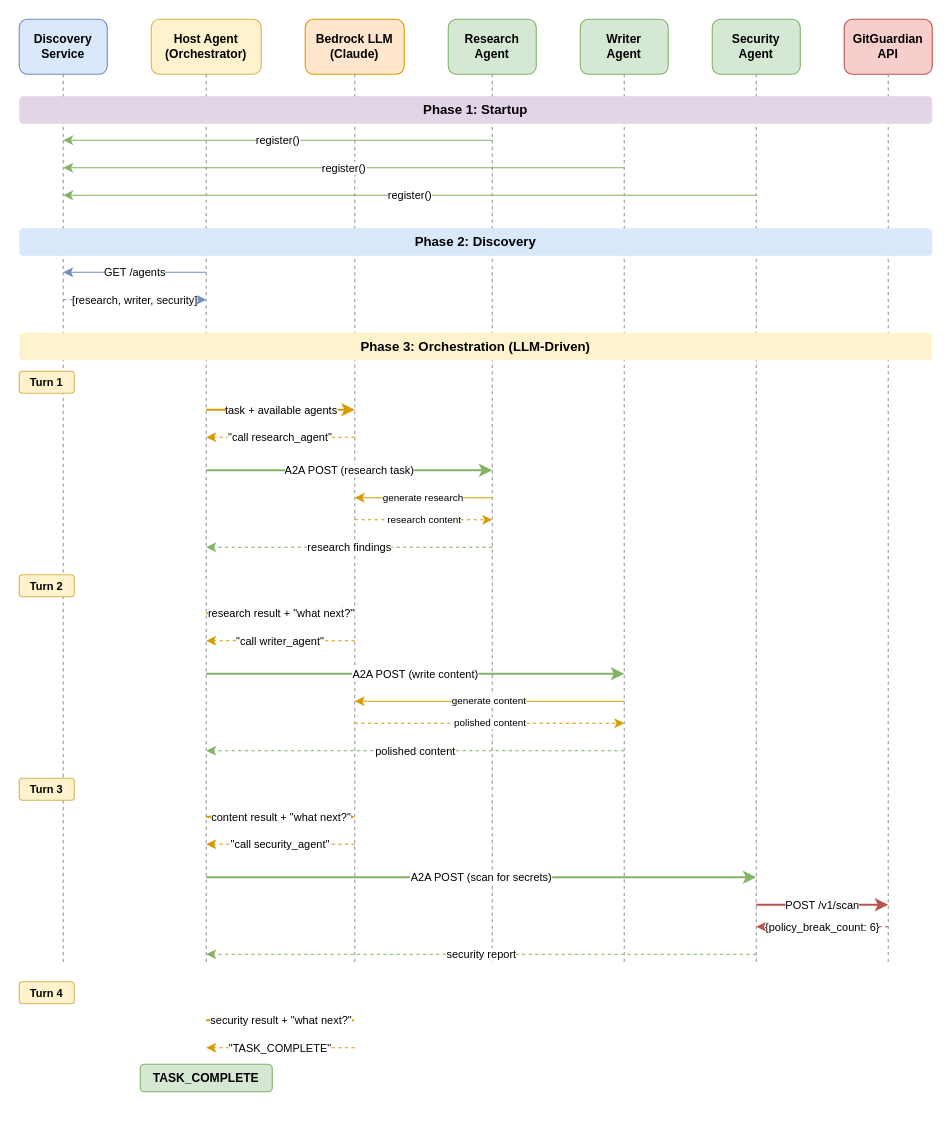
The draw.io diagram diagrams/sequence_diagram.drawio in reaandrew/a2a-demo, before the edit. Source tidied: cells renumbered, new cells numbered last; positions are measured from the earlier drawing's top-left corner, leaving out a move shared by most shapes. Both pictures are drawn from the tidied source at 110%, with x=0, y=0 at pixel (19, 19).
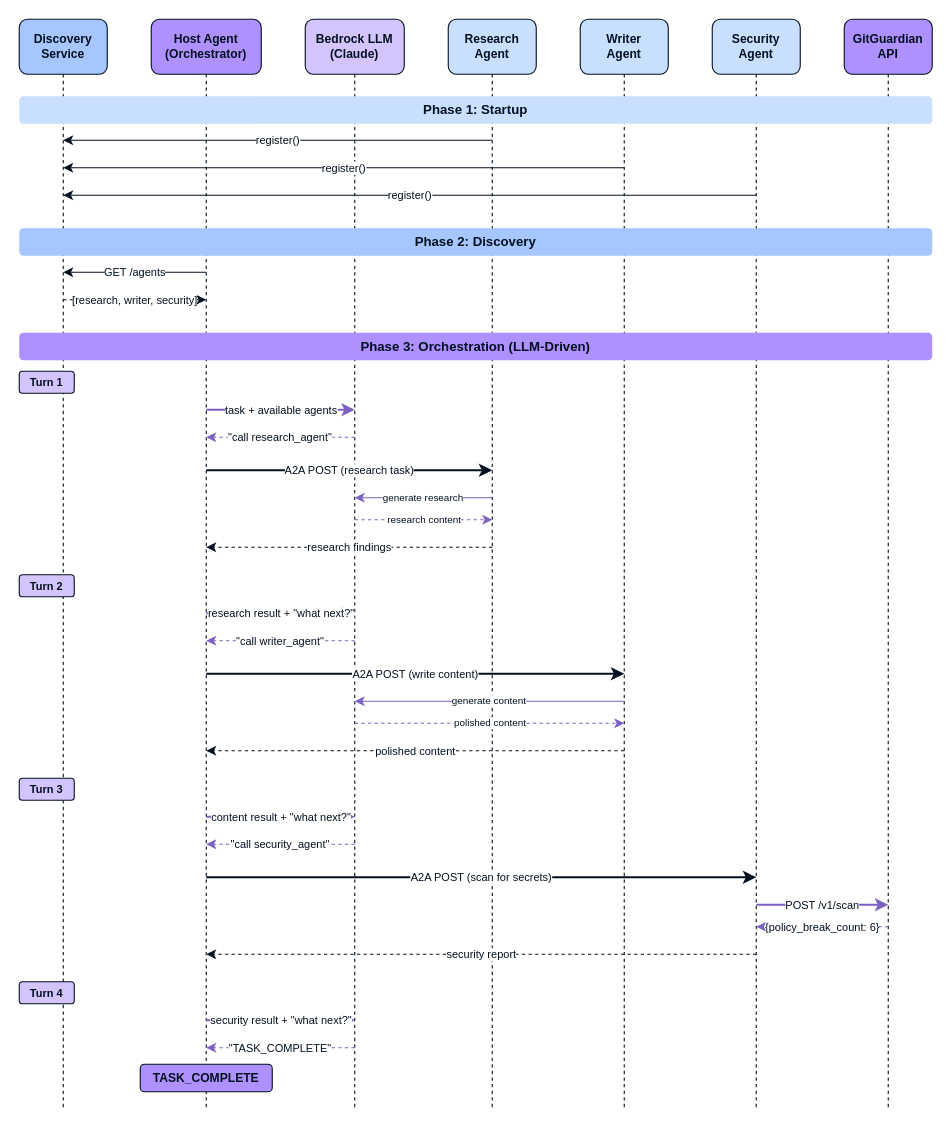
The same page after the edit.

Commit message (it also covers changes not shown here):
Update blog post with GitGuardian rationale and refresh diagrams

Diff of the diagram source:
```diff
@@
-    <mxCell id="2" value="Discovery&#10;Service" style="rounded=1;whiteSpace=wrap;html=1;fillColor=#dae8fc;strokeColor=#6c8ebf;fontStyle=1;fontSize=11;" parent="1" vertex="1">
+    <mxCell id="2" value="Discovery&#10;Service" style="rounded=1;whiteSpace=wrap;html=1;fillColor=#A6C6FF;strokeColor=#03101F;fontStyle=1;fontSize=11;fontColor=#03101F;" parent="1" vertex="1">
       <mxGeometry width="80" height="50" as="geometry" />
     </mxCell>
-    <mxCell id="3" value="Host Agent&#10;(Orchestrator)" style="rounded=1;whiteSpace=wrap;html=1;fillColor=#fff2cc;strokeColor=#d6b656;fontStyle=1;fontSize=11;" parent="1" vertex="1">
+    <mxCell id="3" value="Host Agent&#10;(Orchestrator)" style="rounded=1;whiteSpace=wrap;html=1;fillColor=#AE91FE;strokeColor=#03101F;fontStyle=1;fontSize=11;fontColor=#03101F;" parent="1" vertex="1">
       <mxGeometry x="120" width="100" height="50" as="geometry" />
     </mxCell>
-    <mxCell id="4" value="Bedrock LLM&#10;(Claude)" style="rounded=1;whiteSpace=wrap;html=1;fillColor=#ffe6cc;strokeColor=#d79b00;fontStyle=1;fontSize=11;" parent="1" vertex="1">
+    <mxCell id="4" value="Bedrock LLM&#10;(Claude)" style="rounded=1;whiteSpace=wrap;html=1;fillColor=#D4C4FE;strokeColor=#03101F;fontStyle=1;fontSize=11;fontColor=#03101F;" parent="1" vertex="1">
       <mxGeometry x="260" width="90" height="50" as="geometry" />
     </mxCell>
-    <mxCell id="5" value="Research&#10;Agent" style="rounded=1;whiteSpace=wrap;html=1;fillColor=#d5e8d4;strokeColor=#82b366;fontStyle=1;fontSize=11;" parent="1" vertex="1">
+    <mxCell id="5" value="Research&#10;Agent" style="rounded=1;whiteSpace=wrap;html=1;fillColor=#C8DFFF;strokeColor=#03101F;fontStyle=1;fontSize=11;fontColor=#03101F;" parent="1" vertex="1">
       <mxGeometry x="390" width="80" height="50" as="geometry" />
     </mxCell>
-    <mxCell id="6" value="Writer&#10;Agent" style="rounded=1;whiteSpace=wrap;html=1;fillColor=#d5e8d4;strokeColor=#82b366;fontStyle=1;fontSize=11;" parent="1" vertex="1">
+    <mxCell id="6" value="Writer&#10;Agent" style="rounded=1;whiteSpace=wrap;html=1;fillColor=#C8DFFF;strokeColor=#03101F;fontStyle=1;fontSize=11;fontColor=#03101F;" parent="1" vertex="1">
       <mxGeometry x="510" width="80" height="50" as="geometry" />
     </mxCell>
-    <mxCell id="7" value="Security&#10;Agent" style="rounded=1;whiteSpace=wrap;html=1;fillColor=#d5e8d4;strokeColor=#82b366;fontStyle=1;fontSize=11;" parent="1" vertex="1">
+    <mxCell id="7" value="Security&#10;Agent" style="rounded=1;whiteSpace=wrap;html=1;fillColor=#C8DFFF;strokeColor=#03101F;fontStyle=1;fontSize=11;fontColor=#03101F;" parent="1" vertex="1">
       <mxGeometry x="630" width="80" height="50" as="geometry" />
     </mxCell>
-    <mxCell id="8" value="GitGuardian&#10;API" style="rounded=1;whiteSpace=wrap;html=1;fillColor=#f8cecc;strokeColor=#b85450;fontStyle=1;fontSize=11;" parent="1" vertex="1">
+    <mxCell id="8" value="GitGuardian&#10;API" style="rounded=1;whiteSpace=wrap;html=1;fillColor=#AE91FE;strokeColor=#03101F;fontStyle=1;fontSize=11;fontColor=#03101F;" parent="1" vertex="1">
       <mxGeometry x="750" width="80" height="50" as="geometry" />
     </mxCell>
-    <mxCell id="9" style="endArrow=none;dashed=1;html=1;strokeColor=#999999;" parent="1" edge="1">
+    <mxCell id="9" style="endArrow=none;dashed=1;html=1;strokeColor=#03101F;" parent="1" edge="1">
       <mxGeometry relative="1" as="geometry">
         <mxPoint x="40" y="50" as="sourcePoint" />
-        <mxPoint x="40" y="860" as="targetPoint" />
+        <mxPoint x="40" y="990" as="targetPoint" />
       </mxGeometry>
     </mxCell>
-    <mxCell id="10" style="endArrow=none;dashed=1;html=1;strokeColor=#999999;" parent="1" edge="1">
+    <mxCell id="10" style="endArrow=none;dashed=1;html=1;strokeColor=#03101F;" parent="1" edge="1">
       <mxGeometry relative="1" as="geometry">
         <mxPoint x="170" y="50" as="sourcePoint" />
-        <mxPoint x="170" y="860" as="targetPoint" />
+        <mxPoint x="170" y="990" as="targetPoint" />
       </mxGeometry>
     </mxCell>
-    <mxCell id="11" style="endArrow=none;dashed=1;html=1;strokeColor=#999999;" parent="1" edge="1">
+    <mxCell id="11" style="endArrow=none;dashed=1;html=1;strokeColor=#03101F;" parent="1" edge="1">
       <mxGeometry relative="1" as="geometry">
         <mxPoint x="305" y="50" as="sourcePoint" />
-        <mxPoint x="305" y="860" as="targetPoint" />
+        <mxPoint x="305" y="990" as="targetPoint" />
       </mxGeometry>
     </mxCell>
-    <mxCell id="12" style="endArrow=none;dashed=1;html=1;strokeColor=#999999;" parent="1" edge="1">
+    <mxCell id="12" style="endArrow=none;dashed=1;html=1;strokeColor=#03101F;" parent="1" edge="1">
       <mxGeometry relative="1" as="geometry">
         <mxPoint x="430" y="50" as="sourcePoint" />
-        <mxPoint x="430" y="860" as="targetPoint" />
+        <mxPoint x="430" y="990" as="targetPoint" />
       </mxGeometry>
     </mxCell>
-    <mxCell id="13" style="endArrow=none;dashed=1;html=1;strokeColor=#999999;" parent="1" edge="1">
+    <mxCell id="13" style="endArrow=none;dashed=1;html=1;strokeColor=#03101F;" parent="1" edge="1">
       <mxGeometry relative="1" as="geometry">
         <mxPoint x="550" y="50" as="sourcePoint" />
-        <mxPoint x="550" y="860" as="targetPoint" />
+        <mxPoint x="550" y="990" as="targetPoint" />
       </mxGeometry>
     </mxCell>
-    <mxCell id="14" style="endArrow=none;dashed=1;html=1;strokeColor=#999999;" parent="1" edge="1">
+    <mxCell id="14" style="endArrow=none;dashed=1;html=1;strokeColor=#03101F;" parent="1" edge="1">
       <mxGeometry relative="1" as="geometry">
         <mxPoint x="670" y="50" as="sourcePoint" />
-        <mxPoint x="670" y="860" as="targetPoint" />
+        <mxPoint x="670" y="990" as="targetPoint" />
       </mxGeometry>
     </mxCell>
-    <mxCell id="15" style="endArrow=none;dashed=1;html=1;strokeColor=#999999;" parent="1" edge="1">
+    <mxCell id="15" style="endArrow=none;dashed=1;html=1;strokeColor=#03101F;" parent="1" edge="1">
       <mxGeometry relative="1" as="geometry">
         <mxPoint x="790" y="50" as="sourcePoint" />
-        <mxPoint x="790" y="860" as="targetPoint" />
+        <mxPoint x="790" y="990" as="targetPoint" />
       </mxGeometry>
     </mxCell>
-    <mxCell id="16" value="Phase 1: Startup" style="text;html=1;strokeColor=none;fillColor=#e1d5e7;align=center;verticalAlign=middle;whiteSpace=wrap;rounded=1;fontStyle=1;fontSize=12;" parent="1" vertex="1">
+    <mxCell id="16" value="Phase 1: Startup" style="text;html=1;strokeColor=none;fillColor=#C8DFFF;align=center;verticalAlign=middle;whiteSpace=wrap;rounded=1;fontStyle=1;fontSize=12;fontColor=#03101F;" parent="1" vertex="1">
       <mxGeometry y="70" width="830" height="25" as="geometry" />
     </mxCell>
-    <mxCell id="17" value="register()" style="endArrow=classic;html=1;strokeColor=#82b366;fontSize=10;" parent="1" edge="1">
+    <mxCell id="17" value="register()" style="endArrow=classic;html=1;strokeColor=#03101F;fontSize=10;fontColor=#03101F;" parent="1" edge="1">
       <mxGeometry relative="1" as="geometry">
         <mxPoint x="430" y="110" as="sourcePoint" />
         <mxPoint x="40" y="110" as="targetPoint" />
       </mxGeometry>
     </mxCell>
-    <mxCell id="18" value="register()" style="endArrow=classic;html=1;strokeColor=#82b366;fontSize=10;" parent="1" edge="1">
+    <mxCell id="18" value="register()" style="endArrow=classic;html=1;strokeColor=#03101F;fontSize=10;fontColor=#03101F;" parent="1" edge="1">
       <mxGeometry relative="1" as="geometry">
         <mxPoint x="550" y="135" as="sourcePoint" />
         <mxPoint x="40" y="135" as="targetPoint" />
       </mxGeometry>
     </mxCell>
-    <mxCell id="19" value="register()" style="endArrow=classic;html=1;strokeColor=#82b366;fontSize=10;" parent="1" edge="1">
+    <mxCell id="19" value="register()" style="endArrow=classic;html=1;strokeColor=#03101F;fontSize=10;fontColor=#03101F;" parent="1" edge="1">
       <mxGeometry relative="1" as="geometry">
         <mxPoint x="670" y="160" as="sourcePoint" />
         <mxPoint x="40" y="160" as="targetPoint" />
       </mxGeometry>
     </mxCell>
-    <mxCell id="20" value="Phase 2: Discovery" style="text;html=1;strokeColor=none;fillColor=#dae8fc;align=center;verticalAlign=middle;whiteSpace=wrap;rounded=1;fontStyle=1;fontSize=12;" parent="1" vertex="1">
+    <mxCell id="20" value="Phase 2: Discovery" style="text;html=1;strokeColor=none;fillColor=#A6C6FF;align=center;verticalAlign=middle;whiteSpace=wrap;rounded=1;fontStyle=1;fontSize=12;fontColor=#03101F;" parent="1" vertex="1">
       <mxGeometry y="190" width="830" height="25" as="geometry" />
     </mxCell>
-    <mxCell id="21" value="GET /agents" style="endArrow=classic;html=1;strokeColor=#6c8ebf;fontSize=10;" parent="1" edge="1">
+    <mxCell id="21" value="GET /agents" style="endArrow=classic;html=1;strokeColor=#03101F;fontSize=10;fontColor=#03101F;" parent="1" edge="1">
       <mxGeometry relative="1" as="geometry">
         <mxPoint x="170" y="230" as="sourcePoint" />
         <mxPoint x="40" y="230" as="targetPoint" />
       </mxGeometry>
     </mxCell>
-    <mxCell id="22" value="[research, writer, security]" style="endArrow=classic;html=1;strokeColor=#6c8ebf;dashed=1;fontSize=10;" parent="1" edge="1">
+    <mxCell id="22" value="[research, writer, security]" style="endArrow=classic;html=1;strokeColor=#03101F;dashed=1;fontSize=10;fontColor=#03101F;" parent="1" edge="1">
       <mxGeometry relative="1" as="geometry">
         <mxPoint x="40" y="255" as="sourcePoint" />
         <mxPoint x="170" y="255" as="targetPoint" />
       </mxGeometry>
     </mxCell>
-    <mxCell id="23" value="Phase 3: Orchestration (LLM-Driven)" style="text;html=1;strokeColor=none;fillColor=#fff2cc;align=center;verticalAlign=middle;whiteSpace=wrap;rounded=1;fontStyle=1;fontSize=12;" parent="1" vertex="1">
+    <mxCell id="23" value="Phase 3: Orchestration (LLM-Driven)" style="text;html=1;strokeColor=none;fillColor=#AE91FE;align=center;verticalAlign=middle;whiteSpace=wrap;rounded=1;fontStyle=1;fontSize=12;fontColor=#03101F;" parent="1" vertex="1">
       <mxGeometry y="285" width="830" height="25" as="geometry" />
     </mxCell>
-    <mxCell id="24" value="Turn 1" style="text;html=1;strokeColor=#d6b656;fillColor=#fff2cc;align=center;verticalAlign=middle;whiteSpace=wrap;rounded=1;fontSize=10;fontStyle=1;" parent="1" vertex="1">
+    <mxCell id="24" value="Turn 1" style="text;html=1;strokeColor=#03101F;fillColor=#D4C4FE;align=center;verticalAlign=middle;whiteSpace=wrap;rounded=1;fontSize=10;fontStyle=1;fontColor=#03101F;" parent="1" vertex="1">
       <mxGeometry y="320" width="50" height="20" as="geometry" />
     </mxCell>
-    <mxCell id="25" value="task + available agents" style="endArrow=classic;html=1;strokeColor=#d79b00;strokeWidth=2;fontSize=10;" parent="1" edge="1">
+    <mxCell id="25" value="task + available agents" style="endArrow=classic;html=1;strokeColor=#7B61C2;strokeWidth=2;fontSize=10;fontColor=#03101F;" parent="1" edge="1">
       <mxGeometry relative="1" as="geometry">
         <mxPoint x="170" y="355" as="sourcePoint" />
         <mxPoint x="305" y="355" as="targetPoint" />
       </mxGeometry>
     </mxCell>
-    <mxCell id="26" value="&quot;call research_agent&quot;" style="endArrow=classic;html=1;strokeColor=#d79b00;dashed=1;fontSize=10;" parent="1" edge="1">
+    <mxCell id="26" value="&quot;call research_agent&quot;" style="endArrow=classic;html=1;strokeColor=#7B61C2;dashed=1;fontSize=10;fontColor=#03101F;" parent="1" edge="1">
       <mxGeometry relative="1" as="geometry">
         <mxPoint x="305" y="380" as="sourcePoint" />
         <mxPoint x="170" y="380" as="targetPoint" />
       </mxGeometry>
     </mxCell>
-    <mxCell id="27" value="A2A POST (research task)" style="endArrow=classic;html=1;strokeColor=#82b366;strokeWidth=2;fontSize=10;" parent="1" edge="1">
+    <mxCell id="27" value="A2A POST (research task)" style="endArrow=classic;html=1;strokeColor=#03101F;strokeWidth=2;fontSize=10;fontColor=#03101F;" parent="1" edge="1">
       <mxGeometry relative="1" as="geometry">
         <mxPoint x="170" y="410" as="sourcePoint" />
         <mxPoint x="430" y="410" as="targetPoint" />
       </mxGeometry>
     </mxCell>
-    <mxCell id="28" value="generate research" style="endArrow=classic;html=1;strokeColor=#d79b00;fontSize=9;" parent="1" edge="1">
+    <mxCell id="28" value="generate research" style="endArrow=classic;html=1;strokeColor=#7B61C2;fontSize=9;fontColor=#03101F;" parent="1" edge="1">
       <mxGeometry relative="1" as="geometry">
         <mxPoint x="430" y="435" as="sourcePoint" />
         <mxPoint x="305" y="435" as="targetPoint" />
       </mxGeometry>
     </mxCell>
-    <mxCell id="29" value="research content" style="endArrow=classic;html=1;strokeColor=#d79b00;dashed=1;fontSize=9;" parent="1" edge="1">
+    <mxCell id="29" value="research content" style="endArrow=classic;html=1;strokeColor=#7B61C2;dashed=1;fontSize=9;fontColor=#03101F;" parent="1" edge="1">
       <mxGeometry relative="1" as="geometry">
         <mxPoint x="305" y="455" as="sourcePoint" />
         <mxPoint x="430" y="455" as="targetPoint" />
       </mxGeometry>
     </mxCell>
-    <mxCell id="30" value="research findings" style="endArrow=classic;html=1;strokeColor=#82b366;dashed=1;fontSize=10;" parent="1" edge="1">
+    <mxCell id="30" value="research findings" style="endArrow=classic;html=1;strokeColor=#03101F;dashed=1;fontSize=10;fontColor=#03101F;" parent="1" edge="1">
       <mxGeometry relative="1" as="geometry">
         <mxPoint x="430" y="480" as="sourcePoint" />
         <mxPoint x="170" y="480" as="targetPoint" />
       </mxGeometry>
     </mxCell>
-    <mxCell id="31" value="Turn 2" style="text;html=1;strokeColor=#d6b656;fillColor=#fff2cc;align=center;verticalAlign=middle;whiteSpace=wrap;rounded=1;fontSize=10;fontStyle=1;" parent="1" vertex="1">
+    <mxCell id="31" value="Turn 2" style="text;html=1;strokeColor=#03101F;fillColor=#D4C4FE;align=center;verticalAlign=middle;whiteSpace=wrap;rounded=1;fontSize=10;fontStyle=1;fontColor=#03101F;" parent="1" vertex="1">
       <mxGeometry y="505" width="50" height="20" as="geometry" />
     </mxCell>
-    <mxCell id="32" value="research result + &quot;what next?&quot;" style="endArrow=classic;html=1;strokeColor=#d79b00;strokeWidth=2;fontSize=10;" parent="1" edge="1">
+    <mxCell id="32" value="research result + &quot;what next?&quot;" style="endArrow=classic;html=1;strokeColor=#7B61C2;strokeWidth=2;fontSize=10;fontColor=#03101F;" parent="1" edge="1">
       <mxGeometry relative="1" as="geometry">
         <mxPoint x="170" y="540" as="sourcePoint" />
         <mxPoint x="305" y="540" as="targetPoint" />
       </mxGeometry>
     </mxCell>
-    <mxCell id="33" value="&quot;call writer_agent&quot;" style="endArrow=classic;html=1;strokeColor=#d79b00;dashed=1;fontSize=10;" parent="1" edge="1">
+    <mxCell id="33" value="&quot;call writer_agent&quot;" style="endArrow=classic;html=1;strokeColor=#7B61C2;dashed=1;fontSize=10;fontColor=#03101F;" parent="1" edge="1">
       <mxGeometry relative="1" as="geometry">
         <mxPoint x="305" y="565" as="sourcePoint" />
         <mxPoint x="170" y="565" as="targetPoint" />
       </mxGeometry>
     </mxCell>
-    <mxCell id="34" value="A2A POST (write content)" style="endArrow=classic;html=1;strokeColor=#82b366;strokeWidth=2;fontSize=10;" parent="1" edge="1">
+    <mxCell id="34" value="A2A POST (write content)" style="endArrow=classic;html=1;strokeColor=#03101F;strokeWidth=2;fontSize=10;fontColor=#03101F;" parent="1" edge="1">
       <mxGeometry relative="1" as="geometry">
         <mxPoint x="170" y="595" as="sourcePoint" />
         <mxPoint x="550" y="595" as="targetPoint" />
       </mxGeometry>
     </mxCell>
-    <mxCell id="35" value="generate content" style="endArrow=classic;html=1;strokeColor=#d79b00;fontSize=9;" parent="1" edge="1">
+    <mxCell id="35" value="generate content" style="endArrow=classic;html=1;strokeColor=#7B61C2;fontSize=9;fontColor=#03101F;" parent="1" edge="1">
       <mxGeometry relative="1" as="geometry">
         <mxPoint x="550" y="620" as="sourcePoint" />
         <mxPoint x="305" y="620" as="targetPoint" />
       </mxGeometry>
     </mxCell>
-    <mxCell id="36" value="polished content" style="endArrow=classic;html=1;strokeColor=#d79b00;dashed=1;fontSize=9;" parent="1" edge="1">
+    <mxCell id="36" value="polished content" style="endArrow=classic;html=1;strokeColor=#7B61C2;dashed=1;fontSize=9;fontColor=#03101F;" parent="1" edge="1">
       <mxGeometry relative="1" as="geometry">
         <mxPoint x="305" y="640" as="sourcePoint" />
         <mxPoint x="550" y="640" as="targetPoint" />
       </mxGeometry>
     </mxCell>
-    <mxCell id="37" value="polished content" style="endArrow=classic;html=1;strokeColor=#82b366;dashed=1;fontSize=10;" parent="1" edge="1">
+    <mxCell id="37" value="polished content" style="endArrow=classic;html=1;strokeColor=#03101F;dashed=1;fontSize=10;fontColor=#03101F;" parent="1" edge="1">
       <mxGeometry relative="1" as="geometry">
         <mxPoint x="550" y="665" as="sourcePoint" />
         <mxPoint x="170" y="665" as="targetPoint" />
       </mxGeometry>
     </mxCell>
-    <mxCell id="38" value="Turn 3" style="text;html=1;strokeColor=#d6b656;fillColor=#fff2cc;align=center;verticalAlign=middle;whiteSpace=wrap;rounded=1;fontSize=10;fontStyle=1;" parent="1" vertex="1">
+    <mxCell id="38" value="Turn 3" style="text;html=1;strokeColor=#03101F;fillColor=#D4C4FE;align=center;verticalAlign=middle;whiteSpace=wrap;rounded=1;fontSize=10;fontStyle=1;fontColor=#03101F;" parent="1" vertex="1">
       <mxGeometry y="690" width="50" height="20" as="geometry" />
     </mxCell>
-    <mxCell id="39" value="content result + &quot;what next?&quot;" style="endArrow=classic;html=1;strokeColor=#d79b00;strokeWidth=2;fontSize=10;" parent="1" edge="1">
+    <mxCell id="39" value="content result + &quot;what next?&quot;" style="endArrow=classic;html=1;strokeColor=#7B61C2;strokeWidth=2;fontSize=10;fontColor=#03101F;" parent="1" edge="1">
       <mxGeometry relative="1" as="geometry">
         <mxPoint x="170" y="725" as="sourcePoint" />
         <mxPoint x="305" y="725" as="targetPoint" />
       </mxGeometry>
     </mxCell>
-    <mxCell id="40" value="&quot;call security_agent&quot;" style="endArrow=classic;html=1;strokeColor=#d79b00;dashed=1;fontSize=10;" parent="1" edge="1">
+    <mxCell id="40" value="&quot;call security_agent&quot;" style="endArrow=classic;html=1;strokeColor=#7B61C2;dashed=1;fontSize=10;fontColor=#03101F;" parent="1" edge="1">
       <mxGeometry relative="1" as="geometry">
         <mxPoint x="305" y="750" as="sourcePoint" />
         <mxPoint x="170" y="750" as="targetPoint" />
       </mxGeometry>
     </mxCell>
-    <mxCell id="41" value="A2A POST (scan for secrets)" style="endArrow=classic;html=1;strokeColor=#82b366;strokeWidth=2;fontSize=10;" parent="1" edge="1">
+    <mxCell id="41" value="A2A POST (scan for secrets)" style="endArrow=classic;html=1;strokeColor=#03101F;strokeWidth=2;fontSize=10;fontColor=#03101F;" parent="1" edge="1">
       <mxGeometry relative="1" as="geometry">
         <mxPoint x="170" y="780" as="sourcePoint" />
         <mxPoint x="670" y="780" as="targetPoint" />
       </mxGeometry>
     </mxCell>
-    <mxCell id="42" value="POST /v1/scan" style="endArrow=classic;html=1;strokeColor=#b85450;strokeWidth=2;fontSize=10;" parent="1" edge="1">
+    <mxCell id="42" value="POST /v1/scan" style="endArrow=classic;html=1;strokeColor=#7B61C2;strokeWidth=2;fontSize=10;fontColor=#03101F;" parent="1" edge="1">
       <mxGeometry relative="1" as="geometry">
         <mxPoint x="670" y="805" as="sourcePoint" />
         <mxPoint x="790" y="805" as="targetPoint" />
       </mxGeometry>
     </mxCell>
-    <mxCell id="43" value="{policy_break_count: 6}" style="endArrow=classic;html=1;strokeColor=#b85450;dashed=1;fontSize=10;" parent="1" edge="1">
+    <mxCell id="43" value="{policy_break_count: 6}" style="endArrow=classic;html=1;strokeColor=#7B61C2;dashed=1;fontSize=10;fontColor=#03101F;" parent="1" edge="1">
       <mxGeometry relative="1" as="geometry">
         <mxPoint x="790" y="825" as="sourcePoint" />
         <mxPoint x="670" y="825" as="targetPoint" />
       </mxGeometry>
     </mxCell>
-    <mxCell id="44" value="security report" style="endArrow=classic;html=1;strokeColor=#82b366;dashed=1;fontSize=10;" parent="1" edge="1">
+    <mxCell id="44" value="security report" style="endArrow=classic;html=1;strokeColor=#03101F;dashed=1;fontSize=10;fontColor=#03101F;" parent="1" edge="1">
       <mxGeometry relative="1" as="geometry">
         <mxPoint x="670" y="850" as="sourcePoint" />
         <mxPoint x="170" y="850" as="targetPoint" />
       </mxGeometry>
     </mxCell>
-    <mxCell id="45" value="Turn 4" style="text;html=1;strokeColor=#d6b656;fillColor=#fff2cc;align=center;verticalAlign=middle;whiteSpace=wrap;rounded=1;fontSize=10;fontStyle=1;" parent="1" vertex="1">
+    <mxCell id="45" value="Turn 4" style="text;html=1;strokeColor=#03101F;fillColor=#D4C4FE;align=center;verticalAlign=middle;whiteSpace=wrap;rounded=1;fontSize=10;fontStyle=1;fontColor=#03101F;" parent="1" vertex="1">
       <mxGeometry y="875" width="50" height="20" as="geometry" />
     </mxCell>
-    <mxCell id="46" value="security result + &quot;what next?&quot;" style="endArrow=classic;html=1;strokeColor=#d79b00;strokeWidth=2;fontSize=10;" parent="1" edge="1">
+    <mxCell id="46" value="security result + &quot;what next?&quot;" style="endArrow=classic;html=1;strokeColor=#7B61C2;strokeWidth=2;fontSize=10;fontColor=#03101F;" parent="1" edge="1">
       <mxGeometry relative="1" as="geometry">
         <mxPoint x="170" y="910" as="sourcePoint" />
         <mxPoint x="305" y="910" as="targetPoint" />
       </mxGeometry>
     </mxCell>
-    <mxCell id="47" value="&quot;TASK_COMPLETE&quot;" style="endArrow=classic;html=1;strokeColor=#d79b00;dashed=1;fontSize=10;" parent="1" edge="1">
+    <mxCell id="47" value="&quot;TASK_COMPLETE&quot;" style="endArrow=classic;html=1;strokeColor=#7B61C2;dashed=1;fontSize=10;fontColor=#03101F;" parent="1" edge="1">
       <mxGeometry relative="1" as="geometry">
         <mxPoint x="305" y="935" as="sourcePoint" />
         <mxPoint x="170" y="935" as="targetPoint" />
       </mxGeometry>
     </mxCell>
-    <mxCell id="48" value="TASK_COMPLETE" style="text;html=1;strokeColor=#82b366;fillColor=#d5e8d4;align=center;verticalAlign=middle;whiteSpace=wrap;rounded=1;fontSize=11;fontStyle=1;" parent="1" vertex="1">
+    <mxCell id="48" value="TASK_COMPLETE" style="text;html=1;strokeColor=#03101F;fillColor=#AE91FE;align=center;verticalAlign=middle;whiteSpace=wrap;rounded=1;fontSize=11;fontStyle=1;fontColor=#03101F;" parent="1" vertex="1">
       <mxGeometry x="110" y="950" width="120" height="25" as="geometry" />
     </mxCell>
```
